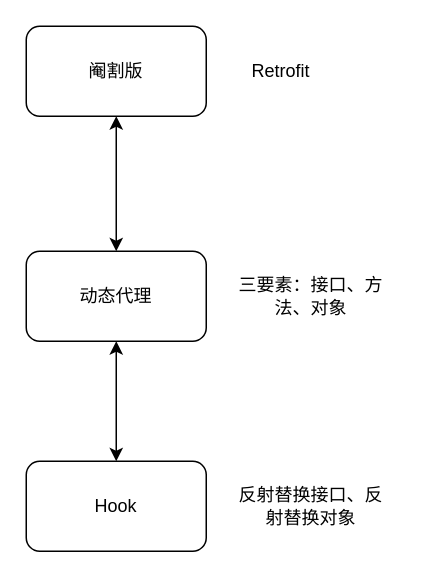
This is 动态代理.drawio from chinajpr/graphic, a draw.io file, before an edit. Source tidied: cells renumbered, new cells numbered last; positions are measured from the earlier drawing's top-left corner, leaving out a move shared by most shapes. Both pictures are drawn from the tidied source at 150%, with x=0, y=0 at pixel (26, 26).
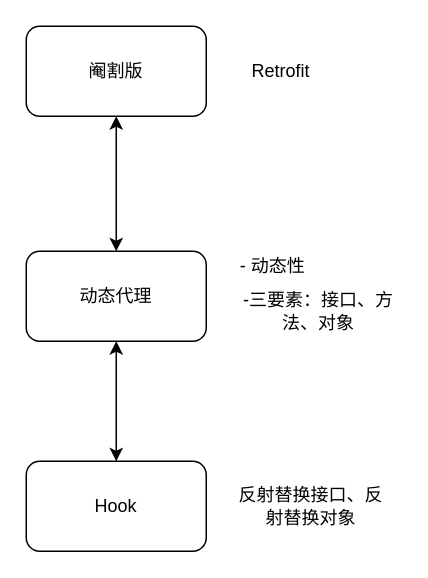
Above is the later version.

The edit, as a diff of the source:
```diff
@@
 <mxGraphModel>
   <root>
     <mxCell id="0" />
     <mxCell id="1" parent="0" />
     <mxCell id="2" value="动态代理" style="rounded=1;whiteSpace=wrap;html=1;" parent="1" vertex="1">
       <mxGeometry y="150" width="120" height="60" as="geometry" />
     </mxCell>
     <mxCell id="3" value="阉割版" style="rounded=1;whiteSpace=wrap;html=1;" parent="1" vertex="1">
       <mxGeometry width="120" height="60" as="geometry" />
     </mxCell>
     <mxCell id="4" value="Hook" style="rounded=1;whiteSpace=wrap;html=1;" parent="1" vertex="1">
       <mxGeometry y="290" width="120" height="60" as="geometry" />
     </mxCell>
     <mxCell id="5" style="endArrow=classic;startArrow=classic;html=1;exitX=0.5;exitY=0;exitDx=0;exitDy=0;" parent="1" edge="1" source="2">
       <mxGeometry relative="1" as="geometry">
         <mxPoint x="60" y="60" as="targetPoint" />
         <Array as="points">
           <mxPoint x="60" y="60" />
         </Array>
       </mxGeometry>
     </mxCell>
     <mxCell id="6" style="endArrow=classic;startArrow=classic;html=1;entryX=0.5;entryY=1;entryDx=0;entryDy=0;" parent="1" edge="1" source="4" target="2">
       <mxGeometry relative="1" as="geometry" />
     </mxCell>
     <mxCell id="7" value="Retrofit" style="text;html=1;strokeColor=none;fillColor=none;align=center;verticalAlign=middle;whiteSpace=wrap;rounded=0;" parent="1" vertex="1">
       <mxGeometry x="150" y="20" width="40" height="20" as="geometry" />
     </mxCell>
-    <mxCell id="8" value="三要素：接口、方法、对象" style="text;html=1;strokeColor=none;fillColor=none;align=center;verticalAlign=middle;whiteSpace=wrap;rounded=0;" parent="1" vertex="1">
-      <mxGeometry x="140" y="170" width="100" height="20" as="geometry" />
+    <mxCell id="8" value="-三要素：接口、方法、对象" style="text;html=1;strokeColor=none;fillColor=none;align=center;verticalAlign=middle;whiteSpace=wrap;rounded=0;" parent="1" vertex="1">
+      <mxGeometry x="140" y="180" width="110" height="20" as="geometry" />
     </mxCell>
     <mxCell id="9" value="反射替换接口、反射替换对象" style="text;html=1;strokeColor=none;fillColor=none;align=center;verticalAlign=middle;whiteSpace=wrap;rounded=0;" parent="1" vertex="1">
       <mxGeometry x="140" y="310" width="100" height="20" as="geometry" />
     </mxCell>
+    <mxCell id="10" value="- 动态性" style="text;html=1;strokeColor=none;fillColor=none;align=center;verticalAlign=middle;whiteSpace=wrap;rounded=0;" parent="1" vertex="1">
+      <mxGeometry x="139" y="150" width="51" height="20" as="geometry" />
+    </mxCell>
   </root>
 </mxGraphModel>
```
